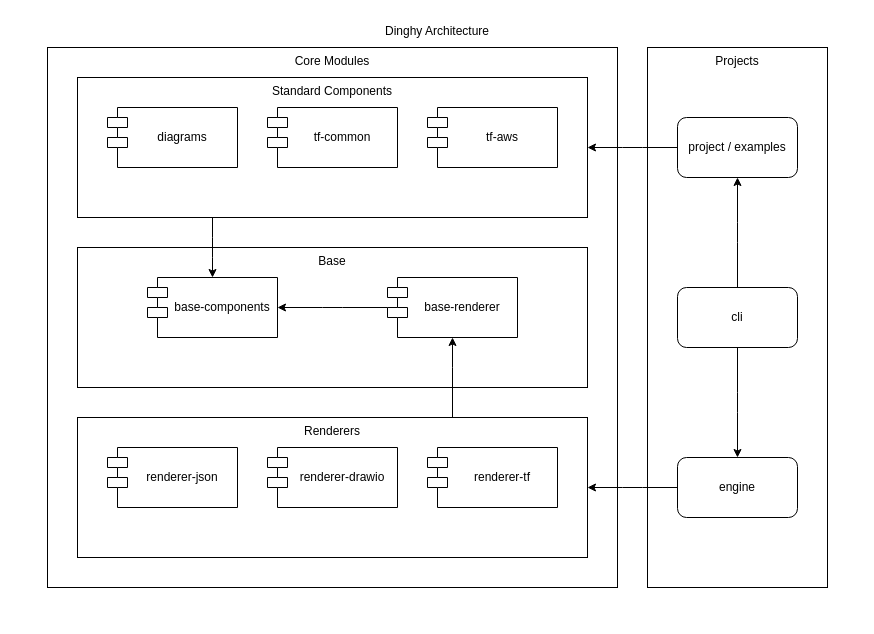
The draw.io diagram sites/www/src/docs/guides/advanced/architecture/output/architecture.drawio in dinghydev/dinghy, before the edit. Source tidied: cells renumbered, new cells numbered last; positions are measured from the earlier drawing's top-left corner, leaving out a move shared by most shapes. Both pictures are drawn from the tidied source at 100%, with x=0, y=0 at pixel (17, 17).
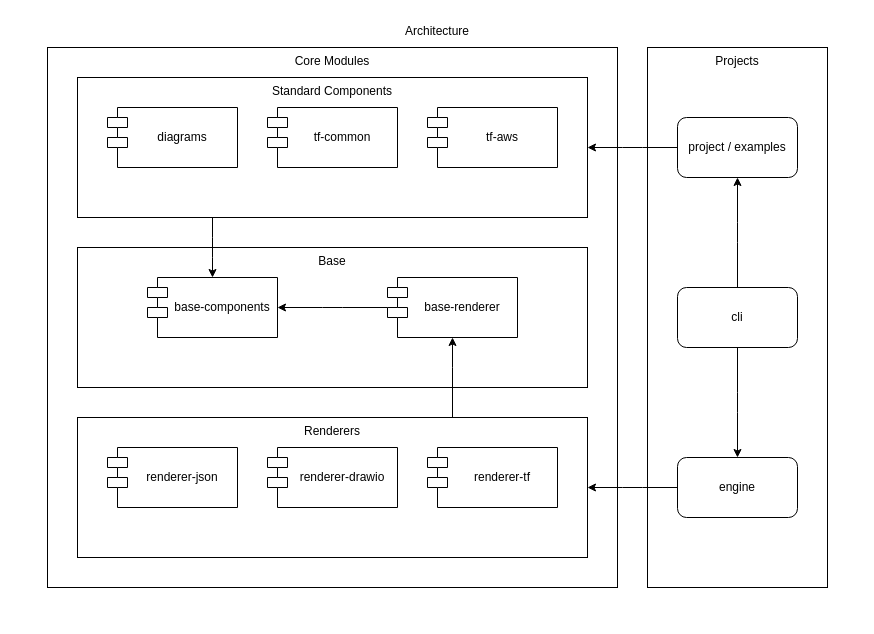
The same diagram, later.

Diff of the diagram source:
```diff
@@
-    <mxCell id="2" value="Dinghy Architecture" style="verticalAlign=top;align=center;spacingLeft=5;spacingRight=5;spacingBottom=5;strokeColor=none;" parent="1" vertex="1">
+    <mxCell id="2" value="Architecture" style="verticalAlign=top;align=center;spacingLeft=5;spacingRight=5;spacingBottom=5;strokeColor=none;" parent="1" vertex="1">
       <mxGeometry width="840" height="600" as="geometry" />
     </mxCell>
```
